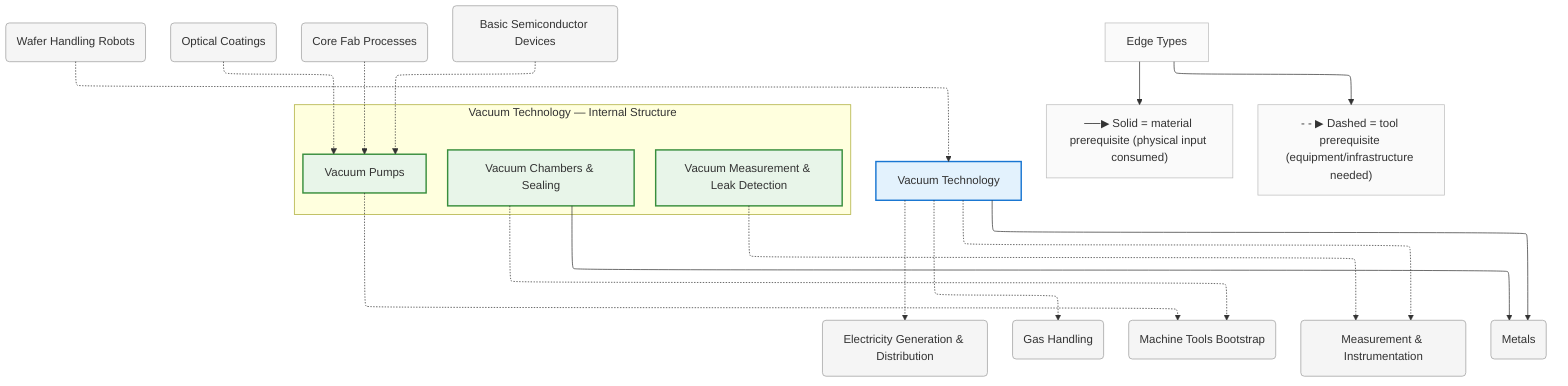
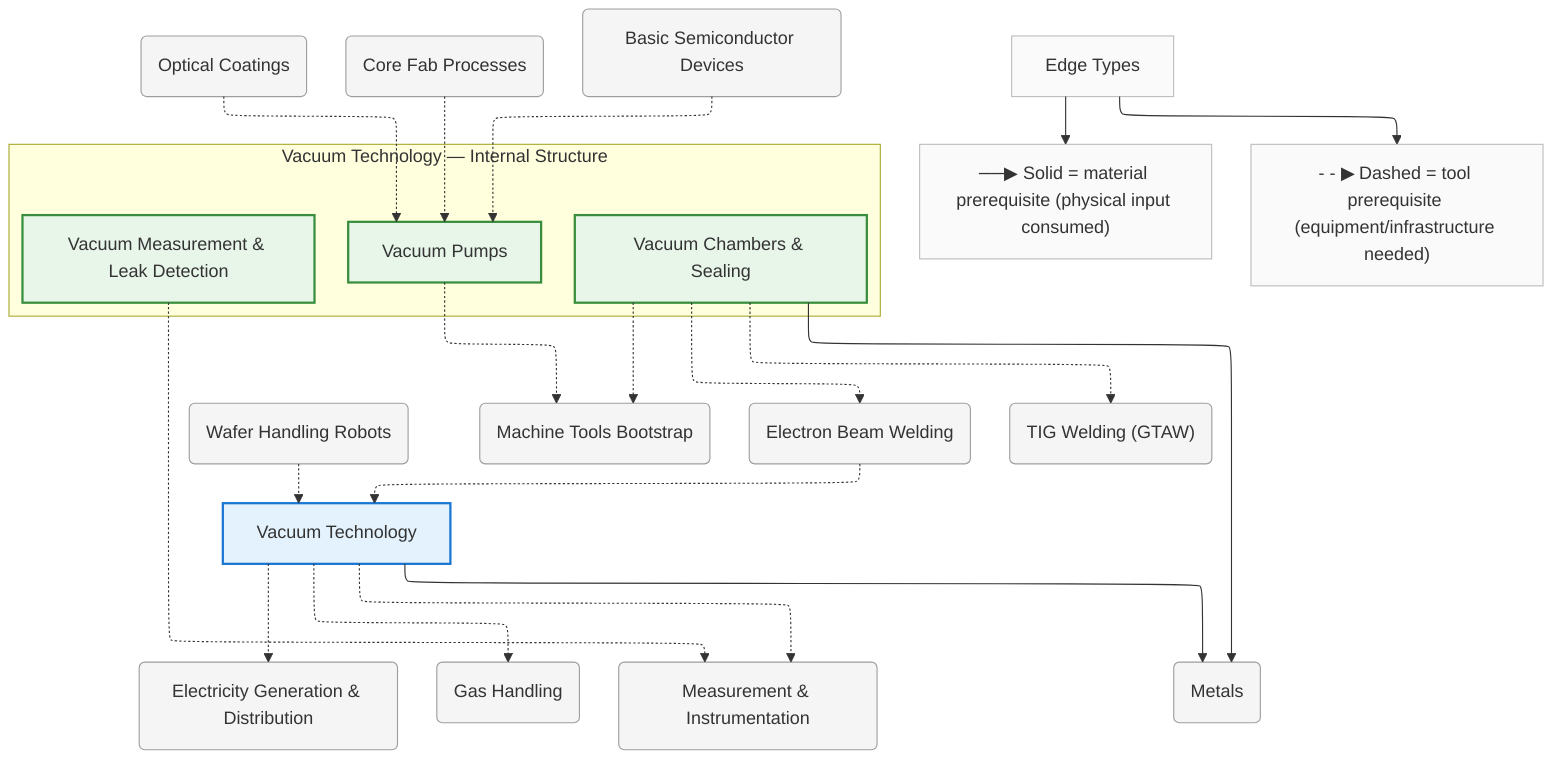
%%{init: {"flowchart": {"defaultRenderer": "elk", "htmlLabels": true}}}%%
graph TD
    %% Domain: Vacuum Technology

    %% ==================== INTERNAL NODES ====================
    subgraph vacuum_internal ["Vacuum Technology — Internal Structure"]
        direction TB
        vacuum_pumps["Vacuum Pumps"]
        vacuum_chambers["Vacuum Chambers & Sealing"]
        vacuum_measurement["Vacuum Measurement & Leak Detection"]
    end

    %% ==================== DOMAIN NODE ====================
    vacuum["Vacuum Technology"]

    %% ==================== EXTERNAL DEPENDENCIES ====================
    automation_wafer-handling("Wafer Handling Robots")
    energy_electricity("Electricity Generation & Distribution")
    gas-handling("Gas Handling")
    machine-tools("Machine Tools Bootstrap")
+     machine-tools_joining_electron-beam("Electron Beam Welding")
+     machine-tools_joining_tig-welding("TIG Welding (GTAW)")
    measurement("Measurement & Instrumentation")
    metals("Metals")
    optics_inspection_optical-coatings("Optical Coatings")
    photolithography_fab-processes("Core Fab Processes")
    silicon_basic-devices("Basic Semiconductor Devices")

    %% ==================== EDGES ====================
    vacuum -.-> gas-handling
    vacuum -.-> energy_electricity
    vacuum --> metals
    vacuum -.-> measurement
    vacuum_pumps -.-> machine-tools
    vacuum_chambers -.-> machine-tools
    vacuum_chambers --> metals
    vacuum_measurement -.-> measurement
    silicon_basic-devices -.-> vacuum_pumps
    photolithography_fab-processes -.-> vacuum_pumps
    optics_inspection_optical-coatings -.-> vacuum_pumps
    automation_wafer-handling -.-> vacuum
+     machine-tools_joining_electron-beam -.-> vacuum
+     vacuum_chambers -.-> machine-tools_joining_tig-welding
+     vacuum_chambers -.-> machine-tools_joining_electron-beam

    %% ==================== EDGE TYPE LEGEND ====================
    EdgeLegend["Edge Types"]
    EdgeLegend --> MatNote["──▶ Solid = material prerequisite (physical input consumed)"]
    EdgeLegend --> ToolNote["- - ▶ Dashed = tool prerequisite (equipment/infrastructure needed)"]

    %% ==================== STYLING ====================
    classDef domain fill:#e3f2fd,stroke:#1976d2,stroke-width:2px
    classDef capability fill:#e8f5e9,stroke:#388e3c,stroke-width:2px
    classDef process fill:#fff3e0,stroke:#f57c00,stroke-width:2px
    classDef critical fill:#fff3e0,stroke:#f57c00,stroke-width:3px
    classDef earlyWin fill:#e8f5e9,stroke:#388e3c,stroke-width:3px
    classDef pinnacle fill:#fce4ec,stroke:#c62828,stroke-width:3px
    classDef external fill:#f5f5f5,stroke:#9e9e9e,stroke-width:1px
    classDef legend fill:#fafafa,stroke:#bdbdbd,stroke-width:1px
    class vacuum domain
    class vacuum_pumps capability
    class vacuum_chambers capability
    class vacuum_measurement capability
    class automation_wafer-handling external
    class energy_electricity external
    class gas-handling external
    class machine-tools external
+     class machine-tools_joining_electron-beam external
+     class machine-tools_joining_tig-welding external
    class measurement external
    class metals external
    class optics_inspection_optical-coatings external
    class photolithography_fab-processes external
    class silicon_basic-devices external
    class EdgeLegend,MatNote,ToolNote legend
